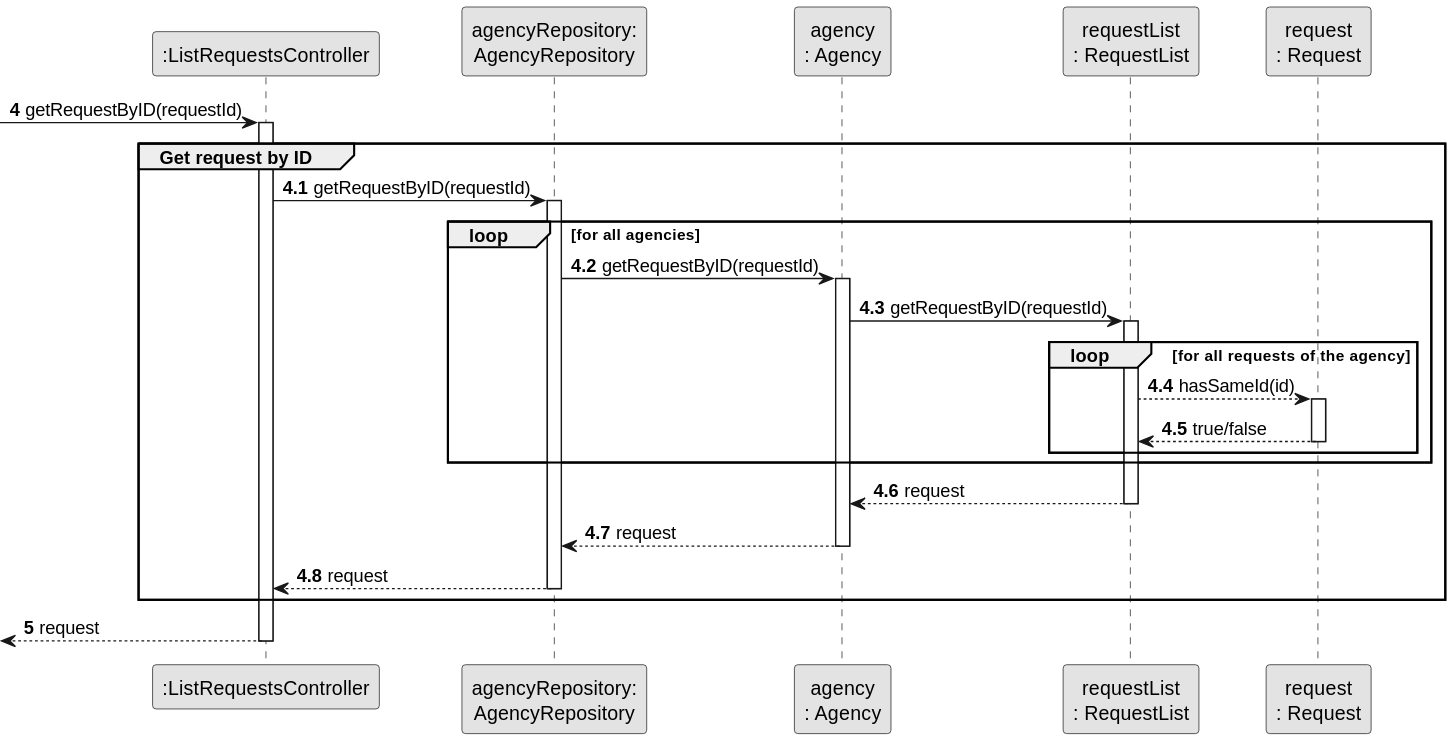
The PlantUML diagram docs/sprintC/us008/03.design/svg/us008-sequence-diagram-partial-get-request-by-id.svg in rita-barbosa/LAPR2-2223, before a commit. Its diagram source:
```plantuml
@startuml
skinparam monochrome true
skinparam packageStyle rectangle
skinparam shadowing false


participant ":ListRequestsController" as CTRL
participant "agencyRepository:\nAgencyRepository" as AgencyRepository
participant "agency\n: Agency" as AGENCY
participant "requestList\n: RequestList" as ReqList
participant "request\n: Request" as REQUEST


autonumber 4
    -> CTRL: getRequestByID(requestId)
    activate CTRL

group Get request by ID

autonumber 4.1

    CTRL -> AgencyRepository: getRequestByID(requestId)
    activate AgencyRepository

    loop for all agencies

        AgencyRepository -> AGENCY: getRequestByID(requestId)
        activate AGENCY

            AGENCY -> ReqList: getRequestByID(requestId)

            loop for all requests of the agency

                activate ReqList

                ReqList --> REQUEST: hasSameId(id)

                activate REQUEST

                    REQUEST --> ReqList: true/false
                deactivate REQUEST
            end
    end

    ReqList --> AGENCY: request
    deactivate ReqList

    AGENCY --> AgencyRepository: request
    deactivate AGENCY

    AgencyRepository --> CTRL: request
    deactivate AgencyRepository

end group
autonumber 5
     <-- CTRL: request
     deactivate CTRL
@enduml
```
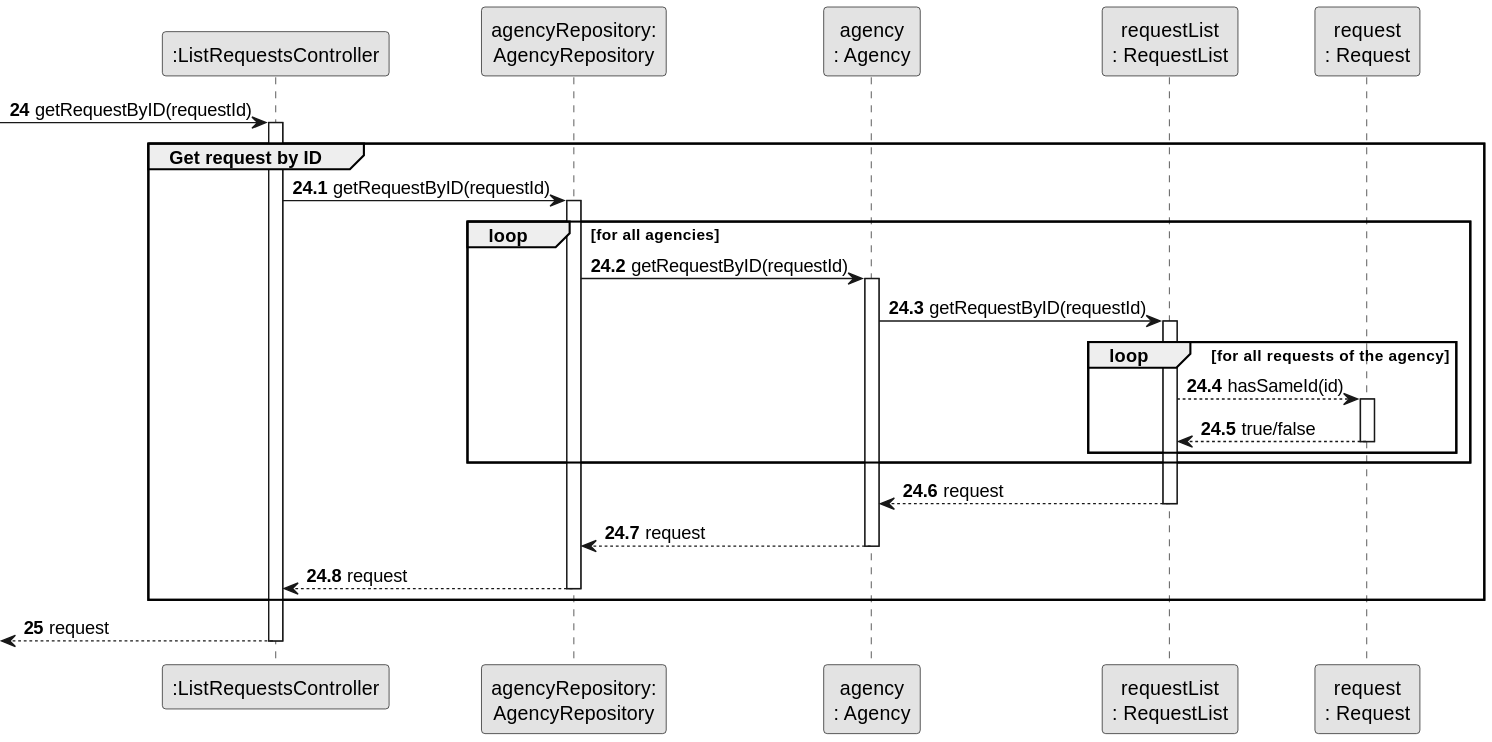
Later version of the same file.

What changed in the source:
```diff
@@ -11,13 +11,13 @@
 participant "request\n: Request" as REQUEST
 
 
-autonumber 4
+autonumber 24
     -> CTRL: getRequestByID(requestId)
     activate CTRL
 
 group Get request by ID
 
-autonumber 4.1
+autonumber 24.1
 
     CTRL -> AgencyRepository: getRequestByID(requestId)
     activate AgencyRepository
@@ -52,7 +52,7 @@
     deactivate AgencyRepository
 
 end group
-autonumber 5
+autonumber 25
      <-- CTRL: request
      deactivate CTRL
 @enduml
```
